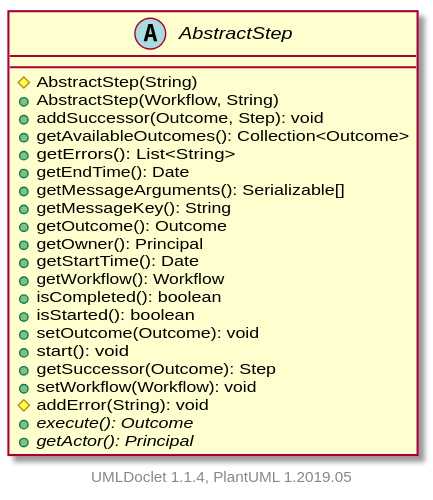
Before: apidocs/2.11.0.M7-SNAPSHOT/org/apache/wiki/workflow/AbstractStep.svg, a diagram exported from PlantUML (apache/jspwiki-site). Its diagram source:
```plantuml
@startuml

    abstract class AbstractStep [[AbstractStep.html]] {
        #AbstractStep(String)
        +AbstractStep(Workflow, String)
        +addSuccessor(Outcome, Step): void
        +getAvailableOutcomes(): Collection<Outcome>
        +getErrors(): List<String>
        +getEndTime(): Date
        +getMessageArguments(): Serializable[]
        +getMessageKey(): String
        +getOutcome(): Outcome
        +getOwner(): Principal
        +getStartTime(): Date
        +getWorkflow(): Workflow
        +isCompleted(): boolean
        +isStarted(): boolean
        +setOutcome(Outcome): void
        +start(): void
        +getSuccessor(Outcome): Step
        +setWorkflow(Workflow): void
        #addError(String): void
        {abstract} +execute(): Outcome
        {abstract} +getActor(): Principal
    }


    center footer UMLDoclet 1.1.4, PlantUML 1.2019.05
@enduml
```
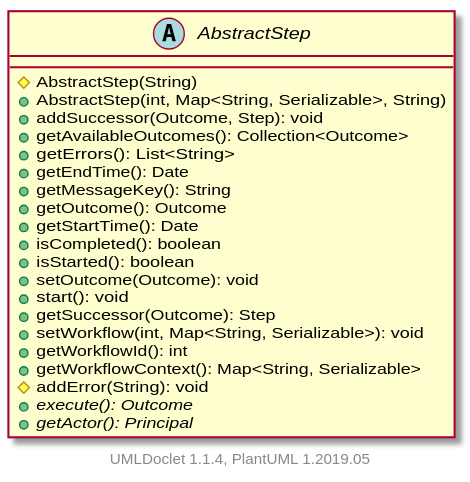
The same diagram one commit later.

Change to the diagram source:
```diff
@@ -2,23 +2,22 @@
 
     abstract class AbstractStep [[AbstractStep.html]] {
         #AbstractStep(String)
-        +AbstractStep(Workflow, String)
+        +AbstractStep(int, Map<String, Serializable>, String)
         +addSuccessor(Outcome, Step): void
         +getAvailableOutcomes(): Collection<Outcome>
         +getErrors(): List<String>
         +getEndTime(): Date
-        +getMessageArguments(): Serializable[]
         +getMessageKey(): String
         +getOutcome(): Outcome
-        +getOwner(): Principal
         +getStartTime(): Date
-        +getWorkflow(): Workflow
         +isCompleted(): boolean
         +isStarted(): boolean
         +setOutcome(Outcome): void
         +start(): void
         +getSuccessor(Outcome): Step
-        +setWorkflow(Workflow): void
+        +setWorkflow(int, Map<String, Serializable>): void
+        +getWorkflowId(): int
+        +getWorkflowContext(): Map<String, Serializable>
         #addError(String): void
         {abstract} +execute(): Outcome
         {abstract} +getActor(): Principal
```
